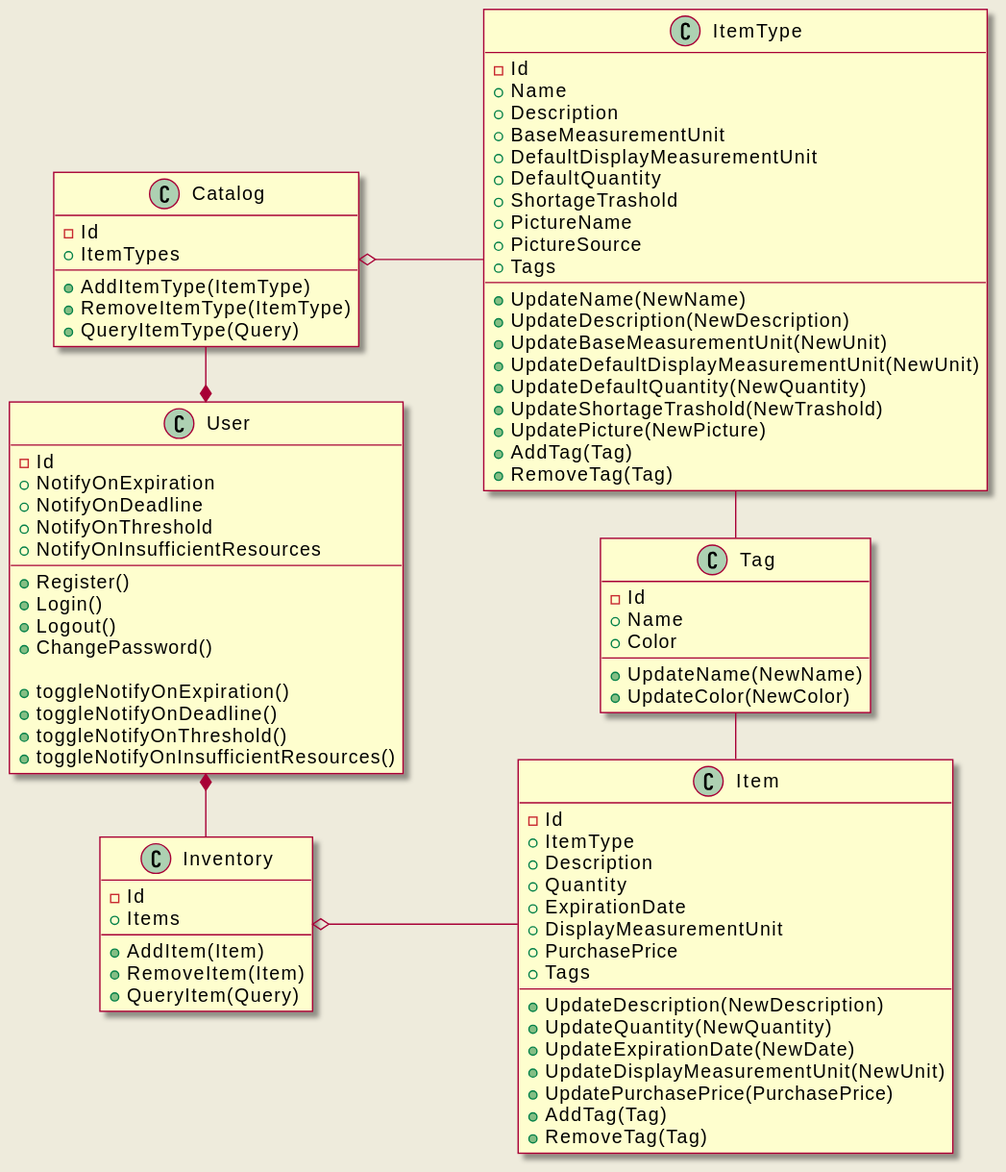
Before: diagrams/class.svg, a diagram exported from PlantUML (Lingers-3/project). Source of this version:
```plantuml
@startuml
skin rose
skinparam backgroundColor #EEEBDC
left to right direction
skinparam linetype ortho

class User {
    - Id
    + NotifyOnExpiration
    + NotifyOnDeadline
    + NotifyOnThreshold
    + NotifyOnInsufficientResources

    + Register()
    + Login()
    + Logout()
    + ChangePassword()

    + toggleNotifyOnExpiration()
    + toggleNotifyOnDeadline()
    + toggleNotifyOnThreshold()
    + toggleNotifyOnInsufficientResources()
}

class Tag {
    - Id
    + Name
    + Color

    + UpdateName(NewName)
    + UpdateColor(NewColor)
}

class Catalog {
    - Id
    + ItemTypes

    + AddItemType(ItemType)
    + RemoveItemType(ItemType)
    + QueryItemType(Query)
}

class ItemType {
    - Id
    + Name
    + Description
    + BaseMeasurementUnit
    + DefaultDisplayMeasurementUnit
    + DefaultQuantity
    + ShortageTrashold
    + PictureName
    + PictureSource
    + Tags

    + UpdateName(NewName)
    + UpdateDescription(NewDescription)
    + UpdateBaseMeasurementUnit(NewUnit)
    + UpdateDefaultDisplayMeasurementUnit(NewUnit)
    + UpdateDefaultQuantity(NewQuantity)
    + UpdateShortageTrashold(NewTrashold)
    + UpdatePicture(NewPicture)
    + AddTag(Tag)
    + RemoveTag(Tag)
}

class Inventory {
    - Id
    + Items

    + AddItem(Item)
    + RemoveItem(Item)
    + QueryItem(Query)
}

class Item {
    - Id
    + ItemType
    + Description
    + Quantity
    + ExpirationDate
    + DisplayMeasurementUnit
    + PurchasePrice
    + Tags

    + UpdateDescription(NewDescription)
    + UpdateQuantity(NewQuantity)
    + UpdateExpirationDate(NewDate)
    + UpdateDisplayMeasurementUnit(NewUnit)
    + UpdatePurchasePrice(PurchasePrice)
    + AddTag(Tag)
    + RemoveTag(Tag)
}

User *-l- Catalog
User *-r- Inventory

Catalog o-- ItemType
Inventory o-- Item

ItemType -r- Tag
Item -l- Tag
@enduml
```
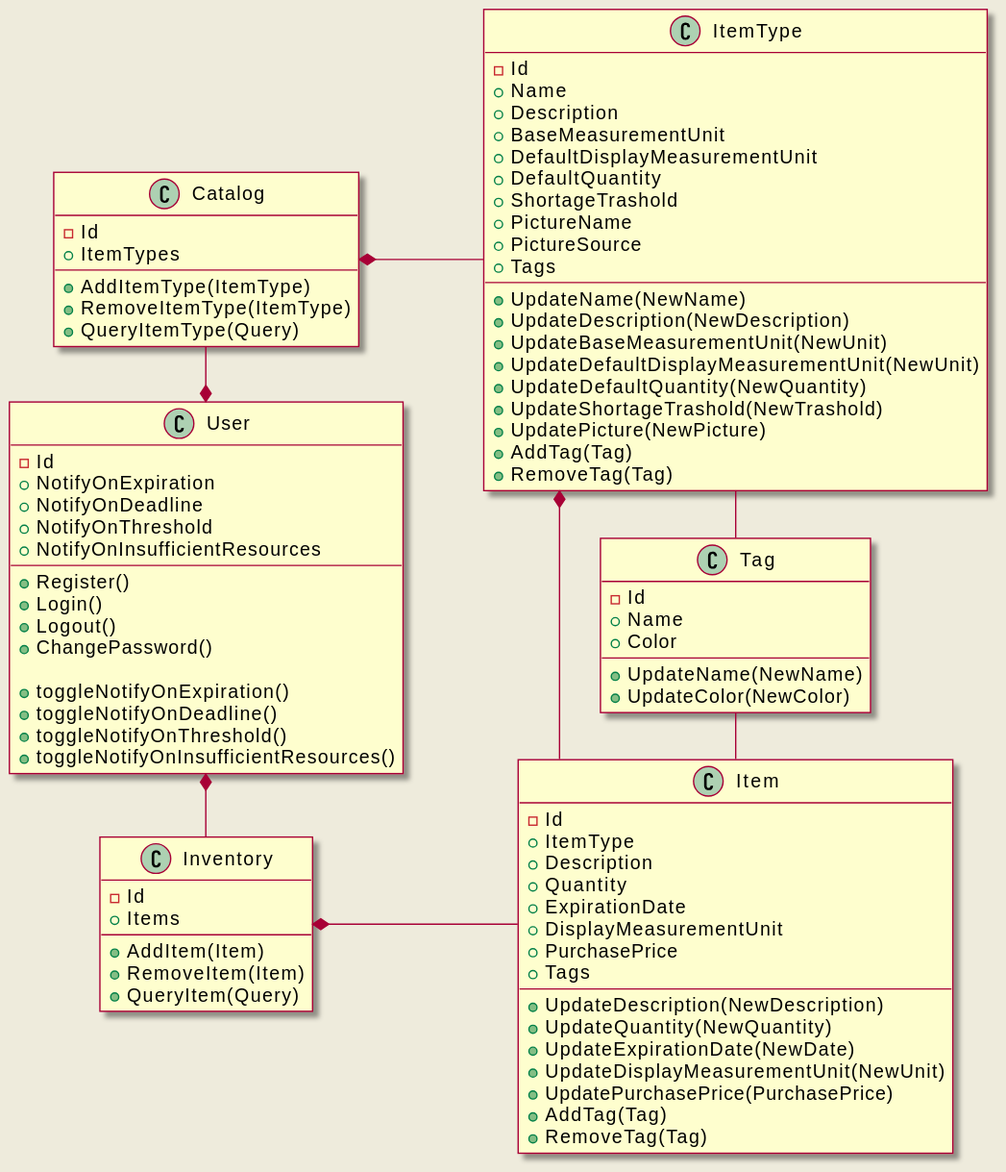
After the commit.

Diff of the diagram source:
```diff
@@ -94,9 +94,11 @@
 User *-l- Catalog
 User *-r- Inventory
 
-Catalog o-- ItemType
-Inventory o-- Item
+Catalog *-- ItemType
+Inventory *-- Item
 
 ItemType -r- Tag
 Item -l- Tag
+
+Item -l-* ItemType
 @enduml
```
